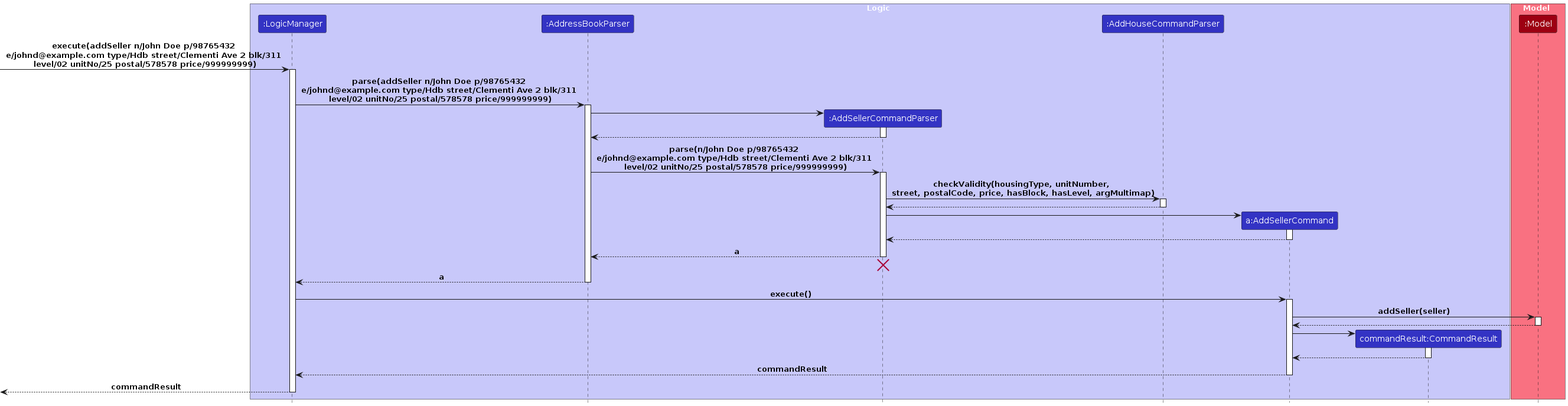
The PlantUML diagram diagrams/AddSellerSequenceDiagram-Logic.png in lokidoki102/tp, before a commit. Its source is kept beside it as diagrams/AddSellerSequenceDiagram-Logic.puml.
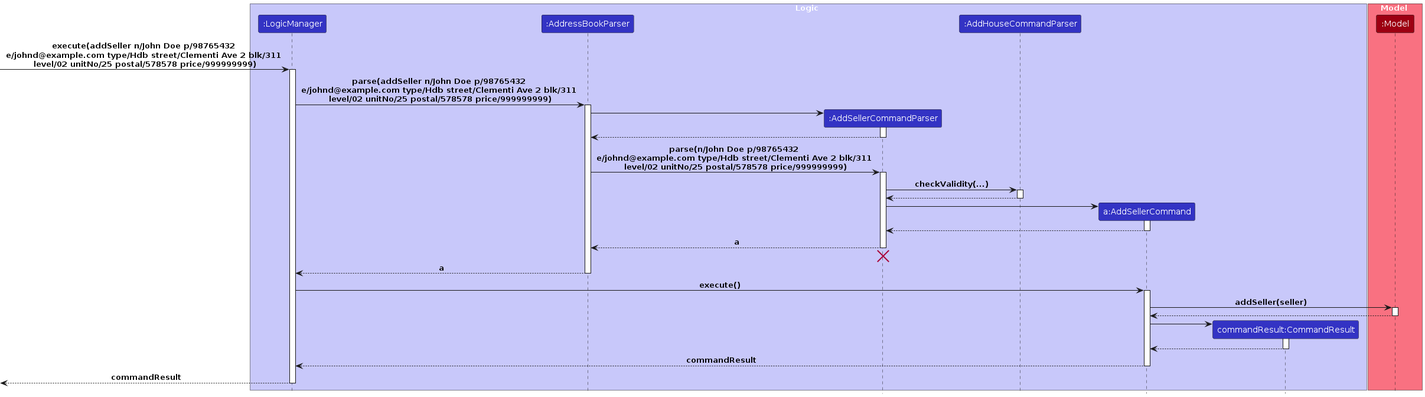
After the commit.

The edit, as a diff of the source:
```diff
@@ -36,8 +36,7 @@
 level/02 unitNo/25 postal/578578 price/999999999)
 activate AddSellerCommandParser
 
-AddSellerCommandParser -> AddHouseCommandParser : checkValidity(housingType, unitNumber, \n\
-street, postalCode, price, hasBlock, hasLevel, argMultimap)
+AddSellerCommandParser -> AddHouseCommandParser : checkValidity(...)
 activate AddHouseCommandParser
 
 AddHouseCommandParser --> AddSellerCommandParser
```
